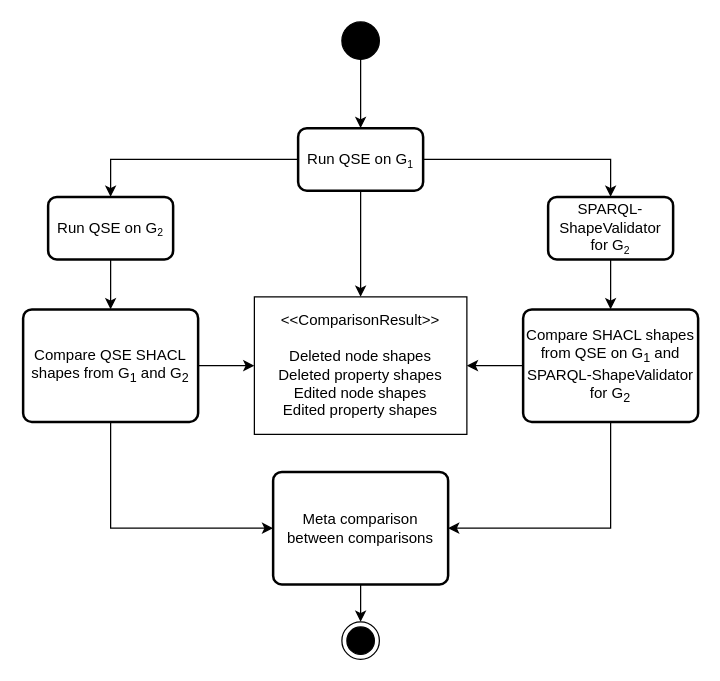
This is page "Page-2" (2 of 2) of QseEvolvingKg/notes/Schreiben/Diagrams.drawio from Eva0410/QseEvolvingKg, a draw.io file, before an edit. Source tidied: cells renumbered, new cells numbered last; positions are measured from the earlier drawing's top-left corner, leaving out a move shared by most shapes. Both pictures are drawn from the tidied source at 125%, with x=0, y=0 at pixel (22, 21).
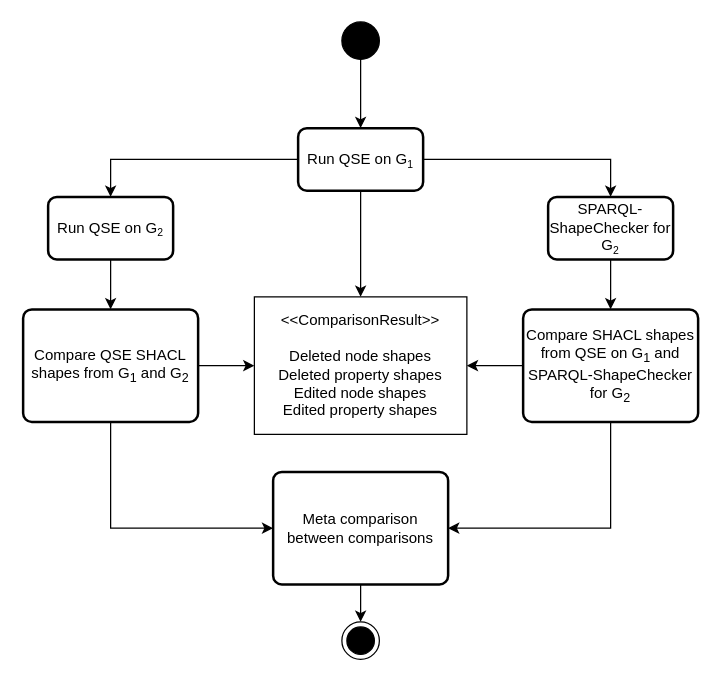
Above is the later version.

The edit, as a diff of the source:
```diff
@@
-    <mxCell id="12" value="SPARQL-ShapeValidator for G&lt;span style=&quot;font-size: 10px;&quot;&gt;&lt;sub&gt;2&lt;/sub&gt;&lt;/span&gt;" style="rounded=1;whiteSpace=wrap;html=1;absoluteArcSize=1;arcSize=14;strokeWidth=2;" parent="1" vertex="1">
+    <mxCell id="12" value="SPARQL-ShapeChecker for G&lt;span style=&quot;font-size: 10px;&quot;&gt;&lt;sub&gt;2&lt;/sub&gt;&lt;/span&gt;" style="rounded=1;whiteSpace=wrap;html=1;absoluteArcSize=1;arcSize=14;strokeWidth=2;" parent="1" vertex="1">
       <mxGeometry x="420" y="140" width="100" height="50" as="geometry" />
     </mxCell>
@@
-    <mxCell id="14" value="Compare SHACL shapes from QSE on G&lt;sub&gt;1&lt;/sub&gt;&amp;nbsp;and SPARQL-ShapeValidator for G&lt;sub&gt;2&lt;/sub&gt;" style="rounded=1;whiteSpace=wrap;html=1;absoluteArcSize=1;arcSize=14;strokeWidth=2;" parent="1" vertex="1">
+    <mxCell id="14" value="Compare SHACL shapes from QSE on G&lt;sub&gt;1&lt;/sub&gt;&amp;nbsp;and SPARQL-ShapeChecker for G&lt;sub&gt;2&lt;/sub&gt;" style="rounded=1;whiteSpace=wrap;html=1;absoluteArcSize=1;arcSize=14;strokeWidth=2;" parent="1" vertex="1">
       <mxGeometry x="400" y="230" width="140" height="90" as="geometry" />
     </mxCell>
```
